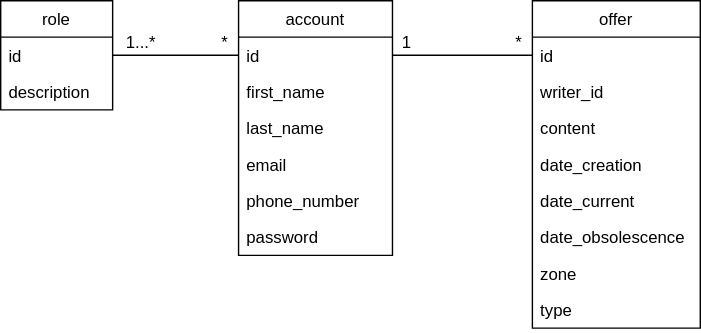
Before: doc/design/model_offers_new.drawio.svg, a diagram exported from draw.io (Manon00/web-races-module). Source tidied: cells renumbered, new cells last; positions are measured from the earlier drawing's top-left corner, leaving out a move shared by most shapes.
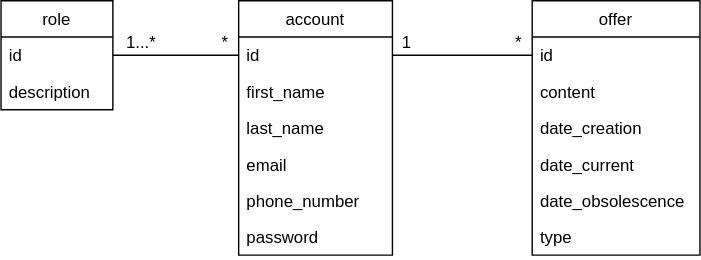
After the change.

Commit message:
update model bdd

Change to the diagram source:
```diff
@@ -33,31 +33,25 @@
       <mxGeometry y="156" width="110" height="26" as="geometry" />
     </mxCell>
     <mxCell id="12" value="offer" style="swimlane;fontStyle=0;horizontal=1;startSize=26;fillColor=none;" parent="1" vertex="1">
-      <mxGeometry x="380" width="120" height="234" as="geometry" />
+      <mxGeometry x="380" width="120" height="182" as="geometry" />
     </mxCell>
     <mxCell id="13" value="id " style="text;strokeColor=none;fillColor=none;align=left;verticalAlign=top;spacingLeft=4;spacingRight=4;overflow=hidden;points=[[0,0.5],[1,0.5]];portConstraint=eastwest;" parent="12" vertex="1">
       <mxGeometry y="26" width="120" height="26" as="geometry" />
     </mxCell>
-    <mxCell id="14" value="writer_id" style="text;strokeColor=none;fillColor=none;align=left;verticalAlign=top;spacingLeft=4;spacingRight=4;overflow=hidden;" parent="12" vertex="1">
-      <mxGeometry y="52" width="120" height="26" as="geometry" />
-    </mxCell>
     <mxCell id="15" value="content" style="text;strokeColor=none;fillColor=none;align=left;verticalAlign=top;spacingLeft=4;spacingRight=4;overflow=hidden;" parent="12" vertex="1">
-      <mxGeometry y="78" width="120" height="26" as="geometry" />
+      <mxGeometry y="52" width="120" height="26" as="geometry" />
     </mxCell>
     <mxCell id="16" value="date_creation" style="text;strokeColor=none;fillColor=none;align=left;verticalAlign=top;spacingLeft=4;spacingRight=4;overflow=hidden;" parent="12" vertex="1">
-      <mxGeometry y="104" width="120" height="26" as="geometry" />
+      <mxGeometry y="78" width="120" height="26" as="geometry" />
     </mxCell>
     <mxCell id="17" value="date_current" style="text;strokeColor=none;fillColor=none;align=left;verticalAlign=top;spacingLeft=4;spacingRight=4;overflow=hidden;" parent="12" vertex="1">
-      <mxGeometry y="130" width="120" height="26" as="geometry" />
+      <mxGeometry y="104" width="120" height="26" as="geometry" />
     </mxCell>
     <mxCell id="18" value="date_obsolescence" style="text;strokeColor=none;fillColor=none;align=left;verticalAlign=top;spacingLeft=4;spacingRight=4;overflow=hidden;" parent="12" vertex="1">
-      <mxGeometry y="156" width="120" height="26" as="geometry" />
+      <mxGeometry y="130" width="120" height="26" as="geometry" />
     </mxCell>
-    <mxCell id="19" value="zone" style="text;strokeColor=none;fillColor=none;align=left;verticalAlign=top;spacingLeft=4;spacingRight=4;overflow=hidden;" parent="12" vertex="1">
-      <mxGeometry y="182" width="120" height="26" as="geometry" />
-    </mxCell>
     <mxCell id="20" value="type" style="text;strokeColor=none;fillColor=none;align=left;verticalAlign=top;spacingLeft=4;spacingRight=4;overflow=hidden;" parent="12" vertex="1">
-      <mxGeometry y="208" width="120" height="26" as="geometry" />
+      <mxGeometry y="156" width="120" height="26" as="geometry" />
     </mxCell>
     <mxCell id="21" style="endArrow=none;html=1;exitX=1;exitY=0.5;exitDx=0;exitDy=0;entryX=0;entryY=0.5;entryDx=0;entryDy=0;" parent="1" edge="1" source="3" target="6">
       <mxGeometry relative="1" as="geometry" />
```
